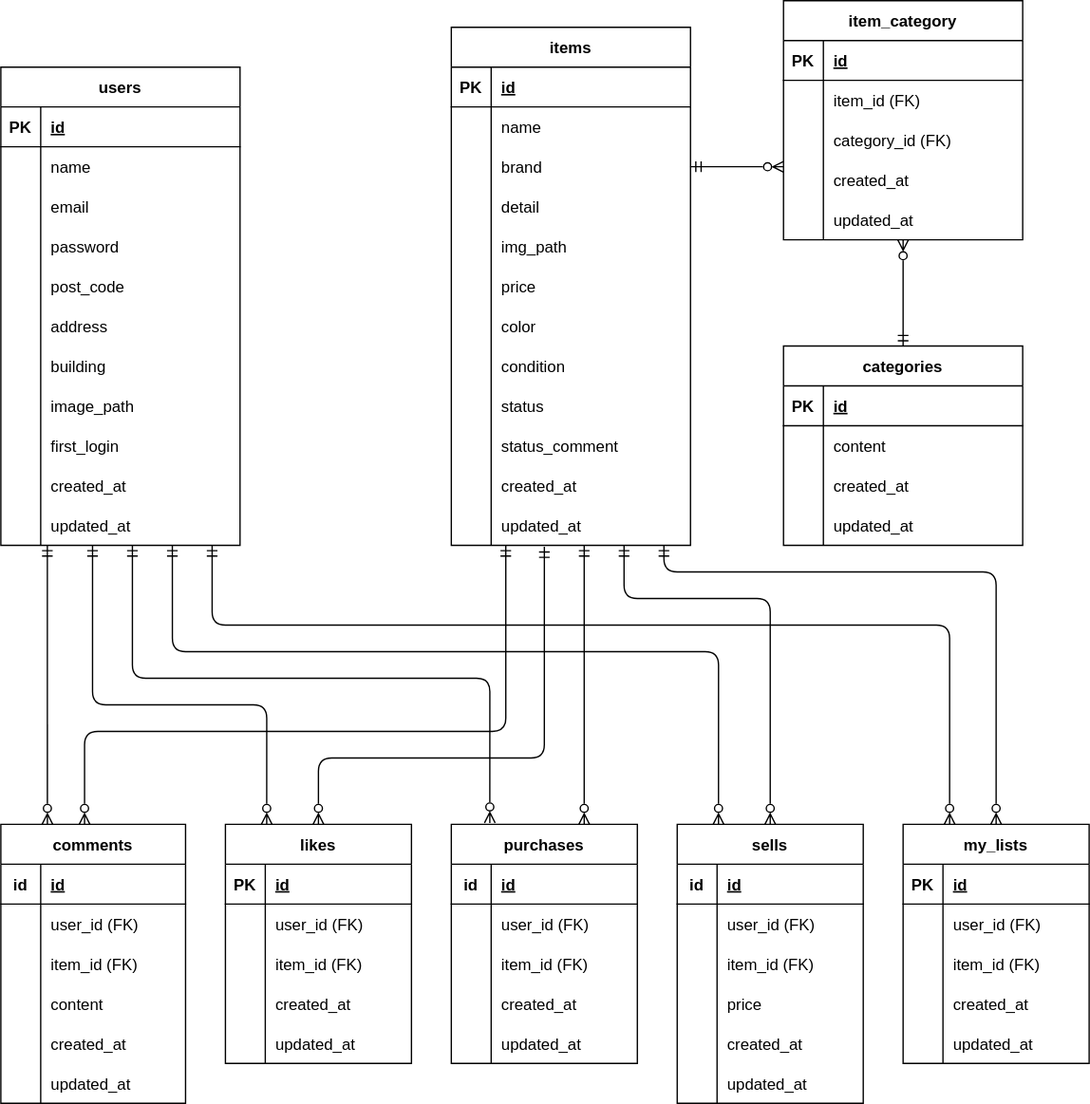
dq-myk/flea-market-app keeps this draw.io diagram as src/flea-market-test_ER.drawio.svg. Above is the earlier version. Source tidied: cells renumbered, new cells last; positions are measured from the earlier drawing's top-left corner, leaving out a move shared by most shapes.
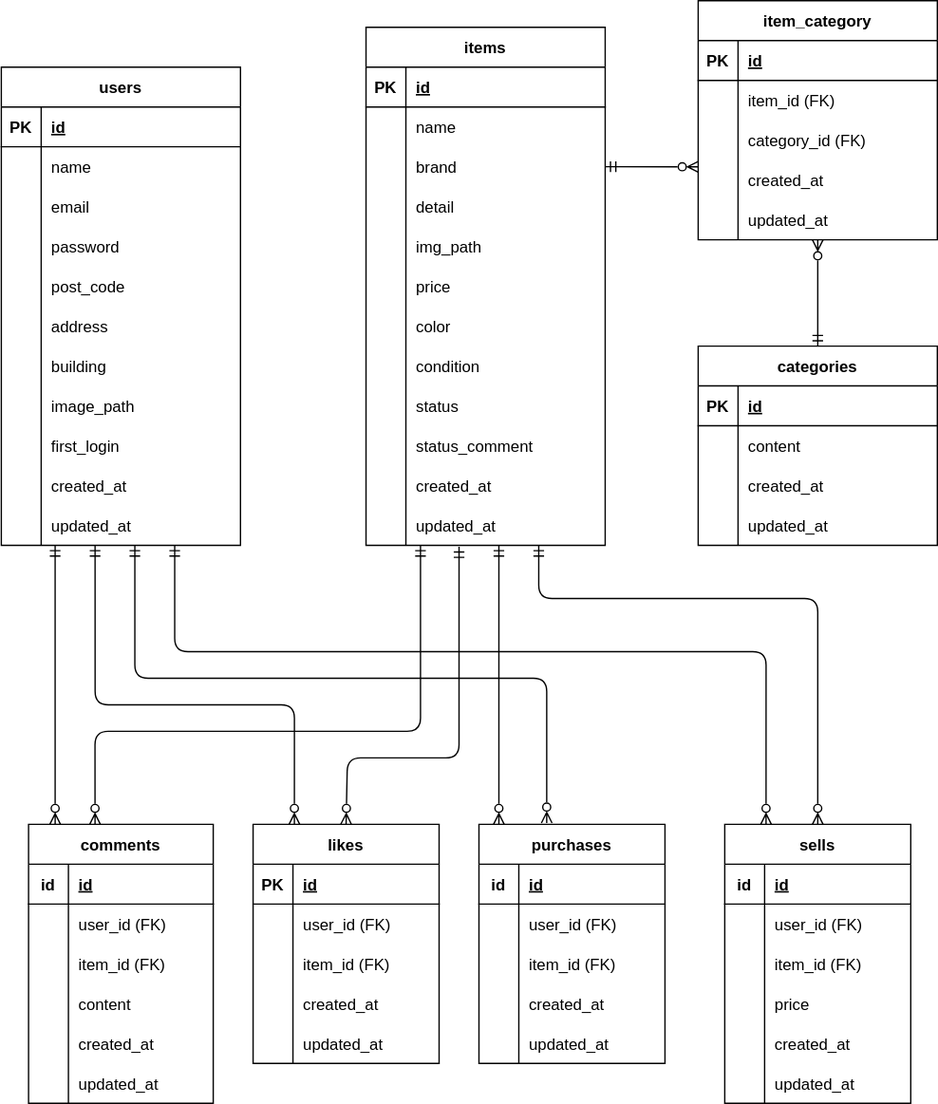
Above is the later version.

Commit message:
mylistsテーブル削除、ER図修正

What changed in the source:
```diff
@@ -3,7 +3,7 @@
     <mxCell id="0" />
     <mxCell id="1" parent="0" />
     <mxCell id="2" value="users" style="shape=table;startSize=30;rowLines=0;fontStyle=1;align=center;" parent="1" vertex="1">
-      <mxGeometry y="50" width="180" height="360" as="geometry" />
+      <mxGeometry x="64.5" y="50" width="180" height="360" as="geometry" />
     </mxCell>
     <mxCell id="3" style="shape=tableRow;horizontal=0;startSize=0;swimlaneHead=0;swimlaneBody=0;fillColor=none;top=0;left=0;right=0;bottom=1;" parent="2" vertex="1">
       <mxGeometry y="30" width="180" height="30" as="geometry" />
@@ -105,7 +105,7 @@
       <mxGeometry x="30" width="150" height="30" as="geometry" />
     </mxCell>
     <mxCell id="36" value="comments" style="shape=table;startSize=30;rowLines=0;fontStyle=1;align=center;" parent="1" vertex="1">
-      <mxGeometry y="620" width="139" height="210" as="geometry" />
+      <mxGeometry x="85" y="620" width="139" height="210" as="geometry" />
     </mxCell>
     <mxCell id="37" style="shape=tableRow;horizontal=0;startSize=0;swimlaneHead=0;swimlaneBody=0;fillColor=none;top=0;left=0;right=0;bottom=1;" parent="36" vertex="1">
       <mxGeometry y="30" width="139" height="30" as="geometry" />
@@ -162,7 +162,7 @@
       <mxGeometry x="30" width="109" height="30" as="geometry" />
     </mxCell>
     <mxCell id="55" value="likes" style="shape=table;startSize=30;rowLines=0;fontStyle=1;align=center;" parent="1" vertex="1">
-      <mxGeometry x="169" y="620" width="140" height="180" as="geometry" />
+      <mxGeometry x="254" y="620" width="140" height="180" as="geometry" />
     </mxCell>
     <mxCell id="56" style="shape=tableRow;horizontal=0;startSize=0;swimlaneHead=0;swimlaneBody=0;fillColor=none;top=0;left=0;right=0;bottom=1;" parent="55" vertex="1">
       <mxGeometry y="30" width="140" height="30" as="geometry" />
@@ -320,54 +320,6 @@
     <mxCell id="107" value="updated_at" style="shape=partialRectangle;fillColor=none;top=0;left=0;bottom=0;right=0;align=left;spacingLeft=6;overflow=hidden;" parent="105" vertex="1">
       <mxGeometry x="30" width="150" height="30" as="geometry" />
     </mxCell>
-    <mxCell id="108" value="my_lists" style="shape=table;startSize=30;rowLines=0;fontStyle=1;align=center;" parent="1" vertex="1">
-      <mxGeometry x="679" y="620" width="140" height="180" as="geometry" />
-    </mxCell>
-    <mxCell id="109" style="shape=tableRow;horizontal=0;startSize=0;swimlaneHead=0;swimlaneBody=0;fillColor=none;top=0;left=0;right=0;bottom=1;" parent="108" vertex="1">
-      <mxGeometry y="30" width="140" height="30" as="geometry" />
-    </mxCell>
-    <mxCell id="110" value="PK" style="shape=partialRectangle;fillColor=none;top=0;left=0;bottom=0;right=0;fontStyle=1;overflow=hidden;" parent="109" vertex="1">
-      <mxGeometry width="30" height="30" as="geometry" />
-    </mxCell>
-    <mxCell id="111" value="id" style="shape=partialRectangle;fillColor=none;top=0;left=0;bottom=0;right=0;align=left;spacingLeft=6;fontStyle=5;overflow=hidden;" parent="109" vertex="1">
-      <mxGeometry x="30" width="110" height="30" as="geometry" />
-    </mxCell>
-    <mxCell id="112" style="shape=tableRow;horizontal=0;startSize=0;swimlaneHead=0;swimlaneBody=0;fillColor=none;top=0;left=0;right=0;bottom=0;" parent="108" vertex="1">
-      <mxGeometry y="60" width="140" height="30" as="geometry" />
-    </mxCell>
-    <mxCell id="113" style="shape=partialRectangle;fillColor=none;top=0;left=0;bottom=0;right=0;overflow=hidden;" parent="112" vertex="1">
-      <mxGeometry width="30" height="30" as="geometry" />
-    </mxCell>
-    <mxCell id="114" value="user_id (FK)" style="shape=partialRectangle;fillColor=none;top=0;left=0;bottom=0;right=0;align=left;spacingLeft=6;overflow=hidden;" parent="112" vertex="1">
-      <mxGeometry x="30" width="110" height="30" as="geometry" />
-    </mxCell>
-    <mxCell id="115" style="shape=tableRow;horizontal=0;startSize=0;swimlaneHead=0;swimlaneBody=0;fillColor=none;top=0;left=0;right=0;bottom=0;" parent="108" vertex="1">
-      <mxGeometry y="90" width="140" height="30" as="geometry" />
-    </mxCell>
-    <mxCell id="116" style="shape=partialRectangle;fillColor=none;top=0;left=0;bottom=0;right=0;overflow=hidden;" parent="115" vertex="1">
-      <mxGeometry width="30" height="30" as="geometry" />
-    </mxCell>
-    <mxCell id="117" value="item_id (FK)" style="shape=partialRectangle;fillColor=none;top=0;left=0;bottom=0;right=0;align=left;spacingLeft=6;overflow=hidden;" parent="115" vertex="1">
-      <mxGeometry x="30" width="110" height="30" as="geometry" />
-    </mxCell>
-    <mxCell id="118" style="shape=tableRow;horizontal=0;startSize=0;swimlaneHead=0;swimlaneBody=0;fillColor=none;top=0;left=0;right=0;bottom=0;" parent="108" vertex="1">
-      <mxGeometry y="120" width="140" height="30" as="geometry" />
-    </mxCell>
-    <mxCell id="119" style="shape=partialRectangle;fillColor=none;top=0;left=0;bottom=0;right=0;overflow=hidden;" parent="118" vertex="1">
-      <mxGeometry width="30" height="30" as="geometry" />
-    </mxCell>
-    <mxCell id="120" value="created_at" style="shape=partialRectangle;fillColor=none;top=0;left=0;bottom=0;right=0;align=left;spacingLeft=6;overflow=hidden;" parent="118" vertex="1">
-      <mxGeometry x="30" width="110" height="30" as="geometry" />
-    </mxCell>
-    <mxCell id="121" style="shape=tableRow;horizontal=0;startSize=0;swimlaneHead=0;swimlaneBody=0;fillColor=none;top=0;left=0;right=0;bottom=0;" parent="108" vertex="1">
-      <mxGeometry y="150" width="140" height="30" as="geometry" />
-    </mxCell>
-    <mxCell id="122" style="shape=partialRectangle;fillColor=none;top=0;left=0;bottom=0;right=0;overflow=hidden;" parent="121" vertex="1">
-      <mxGeometry width="30" height="30" as="geometry" />
-    </mxCell>
-    <mxCell id="123" value="updated_at" style="shape=partialRectangle;fillColor=none;top=0;left=0;bottom=0;right=0;align=left;spacingLeft=6;overflow=hidden;" parent="121" vertex="1">
-      <mxGeometry x="30" width="110" height="30" as="geometry" />
-    </mxCell>
     <mxCell id="124" value="item_category" style="shape=table;startSize=30;rowLines=0;fontStyle=1;align=center;" parent="1" vertex="1">
       <mxGeometry x="589" width="180" height="180" as="geometry" />
     </mxCell>
@@ -456,7 +408,7 @@
       <mxGeometry x="30" width="150" height="30" as="geometry" />
     </mxCell>
     <mxCell id="153" value="purchases" style="shape=table;startSize=30;rowLines=0;fontStyle=1;align=center;" parent="1" vertex="1">
-      <mxGeometry x="339" y="620" width="140" height="180" as="geometry" />
+      <mxGeometry x="424" y="620" width="140" height="180" as="geometry" />
     </mxCell>
     <mxCell id="154" style="shape=tableRow;horizontal=0;startSize=0;swimlaneHead=0;swimlaneBody=0;fillColor=none;top=0;left=0;right=0;bottom=1;" parent="153" vertex="1">
       <mxGeometry y="30" width="140" height="30" as="geometry" />
@@ -504,7 +456,7 @@
       <mxGeometry x="30" width="110" height="30" as="geometry" />
     </mxCell>
     <mxCell id="169" value="sells" style="shape=table;startSize=30;rowLines=0;fontStyle=1;align=center;" parent="1" vertex="1">
-      <mxGeometry x="509" y="620" width="140" height="210" as="geometry" />
+      <mxGeometry x="609" y="620" width="140" height="210" as="geometry" />
     </mxCell>
     <mxCell id="170" style="shape=tableRow;horizontal=0;startSize=0;swimlaneHead=0;swimlaneBody=0;fillColor=none;top=0;left=0;right=0;bottom=1;" parent="169" vertex="1">
       <mxGeometry y="30" width="140" height="30" as="geometry" />
@@ -565,43 +517,43 @@
         <mxPoint x="679" y="180" as="targetPoint" />
       </mxGeometry>
     </mxCell>
-    <mxCell id="189" style="edgeStyle=orthogonalEdgeStyle;html=1;startArrow=ERmandOne;startFill=0;endArrow=ERzeroToMany;endFill=0;entryX=0.222;entryY=0;entryDx=0;entryDy=0;entryPerimeter=0;exitX=0.717;exitY=1;exitDx=0;exitDy=0;exitPerimeter=0;" parent="1" edge="1" source="33" target="169">
+    <mxCell id="189" style="edgeStyle=orthogonalEdgeStyle;html=1;startArrow=ERmandOne;startFill=0;endArrow=ERzeroToMany;endFill=0;entryX=0.222;entryY=0;entryDx=0;entryDy=0;entryPerimeter=0;exitX=0.725;exitY=1;exitDx=0;exitDy=0;exitPerimeter=0;" parent="1" edge="1" source="33" target="169">
       <mxGeometry relative="1" as="geometry">
         <Array as="points">
-          <mxPoint x="129" y="490" />
-          <mxPoint x="540" y="490" />
+          <mxPoint x="195" y="490" />
+          <mxPoint x="640" y="490" />
         </Array>
       </mxGeometry>
     </mxCell>
-    <mxCell id="190" style="edgeStyle=orthogonalEdgeStyle;html=1;startArrow=ERmandOne;startFill=0;endArrow=ERzeroToMany;endFill=0;exitX=0.55;exitY=1;exitDx=0;exitDy=0;exitPerimeter=0;entryX=0.207;entryY=-0.006;entryDx=0;entryDy=0;entryPerimeter=0;" parent="1" edge="1" source="33" target="153">
+    <mxCell id="190" style="edgeStyle=orthogonalEdgeStyle;html=1;startArrow=ERmandOne;startFill=0;endArrow=ERzeroToMany;endFill=0;" parent="1" edge="1">
       <mxGeometry relative="1" as="geometry">
+        <mxPoint x="165" y="410" as="sourcePoint" />
+        <mxPoint x="475" y="619" as="targetPoint" />
         <Array as="points">
-          <mxPoint x="99" y="510" />
-          <mxPoint x="368" y="510" />
+          <mxPoint x="165" y="510" />
+          <mxPoint x="475" y="510" />
         </Array>
       </mxGeometry>
     </mxCell>
-    <mxCell id="191" style="edgeStyle=orthogonalEdgeStyle;html=1;startArrow=ERmandOne;startFill=0;endArrow=ERzeroToMany;endFill=0;entryX=0.222;entryY=0;entryDx=0;entryDy=0;entryPerimeter=0;" parent="1" edge="1" target="55">
+    <mxCell id="191" style="edgeStyle=orthogonalEdgeStyle;html=1;startArrow=ERmandOne;startFill=0;endArrow=ERzeroToMany;endFill=0;entryX=0.222;entryY=0;entryDx=0;entryDy=0;entryPerimeter=0;exitX=0.392;exitY=1;exitDx=0;exitDy=0;exitPerimeter=0;" parent="1" edge="1" source="33" target="55">
       <mxGeometry relative="1" as="geometry">
-        <mxPoint x="69" y="410" as="sourcePoint" />
         <Array as="points">
-          <mxPoint x="69" y="530" />
-          <mxPoint x="200" y="530" />
+          <mxPoint x="135" y="530" />
+          <mxPoint x="285" y="530" />
         </Array>
       </mxGeometry>
     </mxCell>
-    <mxCell id="192" style="edgeStyle=none;html=1;startArrow=ERmandOne;startFill=0;endArrow=ERzeroToMany;endFill=0;entryX=0.252;entryY=0;entryDx=0;entryDy=0;entryPerimeter=0;" parent="1" edge="1" target="36">
+    <mxCell id="192" style="edgeStyle=none;html=1;startArrow=ERmandOne;startFill=0;endArrow=ERzeroToMany;endFill=0;entryX=0.144;entryY=0;entryDx=0;entryDy=0;entryPerimeter=0;" parent="1" edge="1" target="36">
       <mxGeometry relative="1" as="geometry">
-        <mxPoint x="35" y="410" as="sourcePoint" />
+        <mxPoint x="105" y="410" as="sourcePoint" />
       </mxGeometry>
     </mxCell>
-    <mxCell id="193" style="edgeStyle=orthogonalEdgeStyle;html=1;startArrow=ERmandOne;startFill=0;endArrow=ERzeroToMany;endFill=0;" parent="1" edge="1">
+    <mxCell id="193" style="edgeStyle=orthogonalEdgeStyle;html=1;startArrow=ERmandOne;startFill=0;endArrow=ERzeroToMany;endFill=0;entryX=0.36;entryY=0;entryDx=0;entryDy=0;entryPerimeter=0;" parent="1" edge="1" target="36">
       <mxGeometry relative="1" as="geometry">
         <mxPoint x="380" y="410" as="sourcePoint" />
-        <mxPoint x="63" y="620" as="targetPoint" />
         <Array as="points">
           <mxPoint x="380" y="550" />
-          <mxPoint x="63" y="550" />
+          <mxPoint x="135" y="550" />
         </Array>
       </mxGeometry>
     </mxCell>
@@ -609,7 +561,7 @@
       <mxGeometry relative="1" as="geometry">
         <Array as="points">
           <mxPoint x="409" y="570" />
-          <mxPoint x="239" y="570" />
+          <mxPoint x="325" y="570" />
         </Array>
       </mxGeometry>
     </mxCell>
@@ -624,28 +576,10 @@
         <mxPoint x="469" y="410" as="sourcePoint" />
         <Array as="points">
           <mxPoint x="469" y="450" />
-          <mxPoint x="579" y="450" />
+          <mxPoint x="679" y="450" />
         </Array>
       </mxGeometry>
     </mxCell>
-    <mxCell id="197" style="edgeStyle=orthogonalEdgeStyle;html=1;startArrow=ERmandOne;startFill=0;endArrow=ERzeroToMany;endFill=0;entryX=0.25;entryY=0;entryDx=0;entryDy=0;exitX=0.717;exitY=1;exitDx=0;exitDy=0;exitPerimeter=0;" parent="1" edge="1" target="108">
-      <mxGeometry relative="1" as="geometry">
-        <mxPoint x="159" y="410" as="sourcePoint" />
-        <Array as="points">
-          <mxPoint x="159" y="470" />
-          <mxPoint x="714" y="470" />
-        </Array>
-      </mxGeometry>
-    </mxCell>
-    <mxCell id="198" style="edgeStyle=orthogonalEdgeStyle;html=1;startArrow=ERmandOne;startFill=0;endArrow=ERzeroToMany;endFill=0;entryX=0.5;entryY=0;entryDx=0;entryDy=0;" parent="1" edge="1" target="108">
-      <mxGeometry relative="1" as="geometry">
-        <mxPoint x="499" y="410" as="sourcePoint" />
-        <Array as="points">
-          <mxPoint x="499" y="430" />
-          <mxPoint x="749" y="430" />
-        </Array>
-      </mxGeometry>
-    </mxCell>
     <mxCell id="199" style="edgeStyle=none;html=1;startArrow=ERmandOne;startFill=0;endArrow=ERzeroToMany;endFill=0;exitX=1;exitY=0.5;exitDx=0;exitDy=0;entryX=0;entryY=0.167;entryDx=0;entryDy=0;entryPerimeter=0;" parent="1" edge="1" source="78" target="134">
       <mxGeometry relative="1" as="geometry" />
     </mxCell>
```
